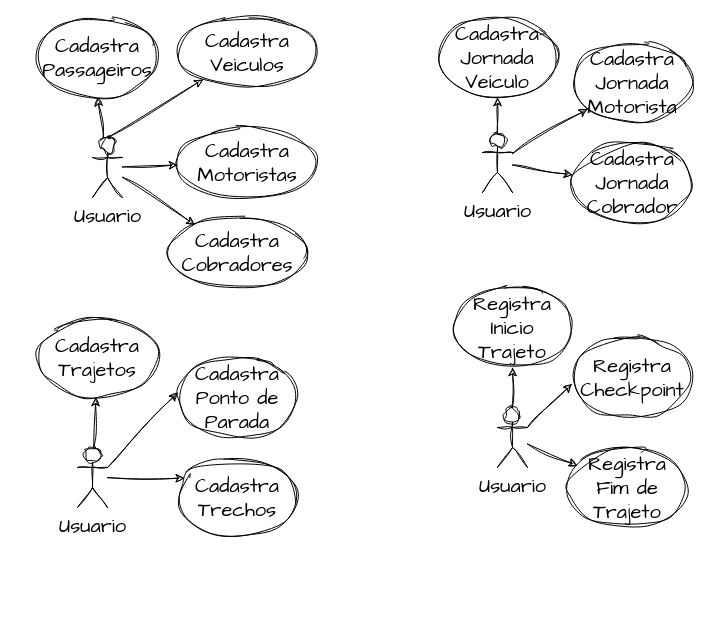
Earlier version of the draw.io diagram PO-05/PO-05 TransporteViarioUseCase.drawio (residencia18/240102-diogo-dorea-santos). Source tidied: cells renumbered, new cells numbered last; positions are measured from the earlier drawing's top-left corner, leaving out a move shared by most shapes. Both pictures are drawn from the tidied source at 100%, with x=0, y=0 at pixel (37, 17).
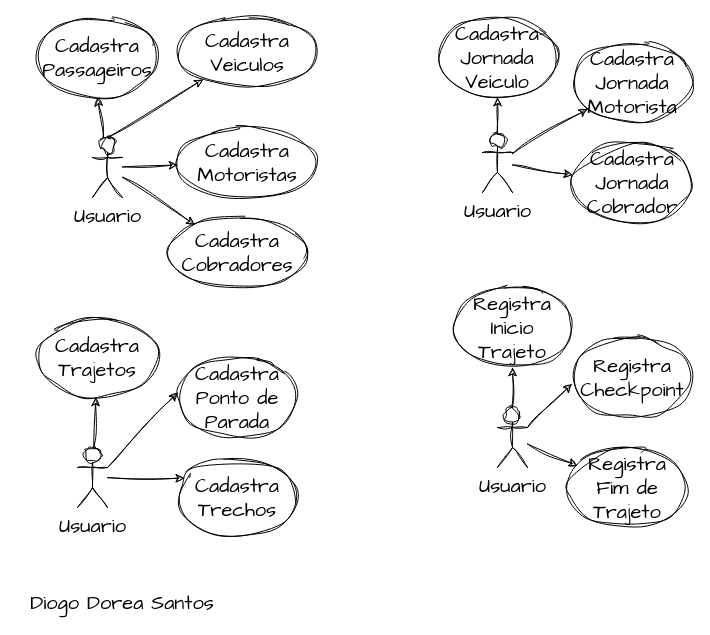
The same diagram, later.

Commit message (it also covers changes not shown here):
Diagrama de Classe Base PDF

The edit, as a diff of the source:
```diff
@@
+    <mxCell id="32" value="Diogo Dorea Santos" style="text;html=1;strokeColor=none;fillColor=none;align=center;verticalAlign=middle;whiteSpace=wrap;rounded=0;fontSize=20;fontFamily=Architects Daughter;" parent="1" vertex="1">
+      <mxGeometry x="-20" y="570" width="210" height="30" as="geometry" />
+    </mxCell>
```
